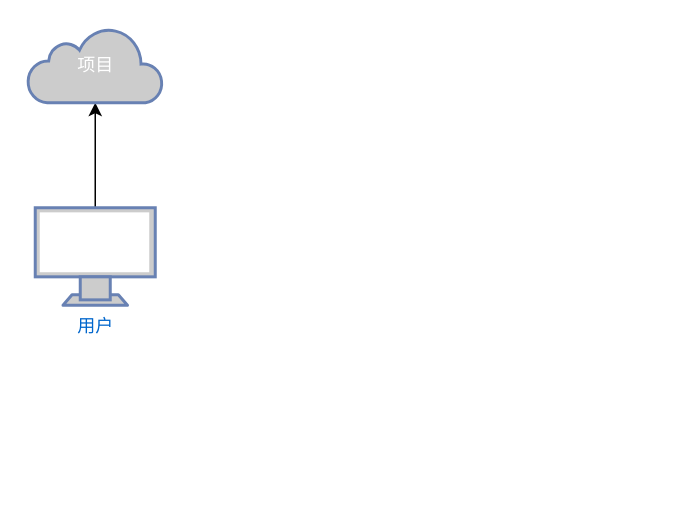
The draw.io diagram onlyoffice/onlyoffice使用说明.drawio in fuzi1996/diagrams, before the edit. Source tidied: cells renumbered, new cells numbered last; positions are measured from the earlier drawing's top-left corner, leaving out a move shared by most shapes. Both pictures are drawn from the tidied source at 150%, with x=0, y=0 at pixel (27, 27).
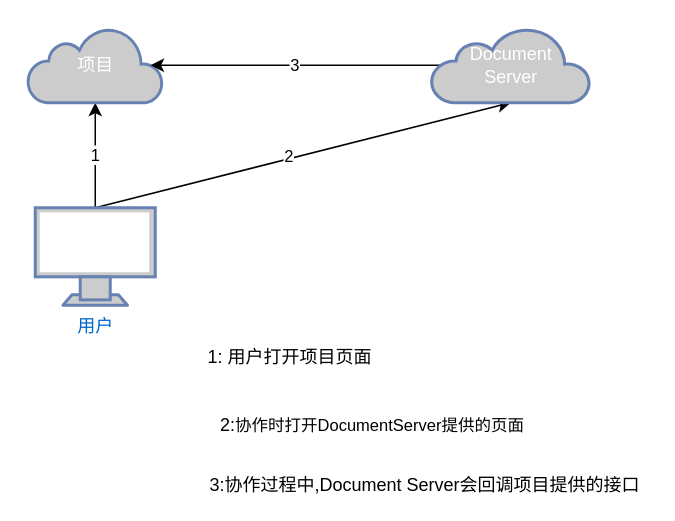
Above is the later version.

Commit message (it also covers changes not shown here):
更新onlyoffice使用说明.drawio

What changed in the source:
```diff
@@
 <mxGraphModel>
   <root>
     <mxCell id="0" />
     <mxCell id="1" parent="0" />
-    <mxCell id="2" style="edgeStyle=orthogonalEdgeStyle;rounded=0;jettySize=auto;html=1;exitX=0.5;exitY=0;exitDx=0;exitDy=0;exitPerimeter=0;entryX=0.5;entryY=1;entryDx=0;entryDy=0;entryPerimeter=0;" parent="1" edge="1" source="3" target="4">
+    <mxCell id="2" value="1" style="edgeStyle=orthogonalEdgeStyle;rounded=0;jettySize=auto;html=1;exitX=0.5;exitY=0;exitDx=0;exitDy=0;exitPerimeter=0;entryX=0.5;entryY=1;entryDx=0;entryDy=0;entryPerimeter=0;" parent="1" edge="1" source="3" target="4">
       <mxGeometry relative="1" as="geometry" />
     </mxCell>
+    <mxCell id="5" style="rounded=0;jettySize=auto;html=1;exitX=0.5;exitY=0;exitDx=0;exitDy=0;exitPerimeter=0;entryX=0.5;entryY=1;entryDx=0;entryDy=0;entryPerimeter=0;" parent="1" edge="1" source="3" target="8">
+      <mxGeometry relative="1" as="geometry" />
+    </mxCell>
+    <mxCell id="6" value="2" style="edgeLabel;html=1;align=center;verticalAlign=middle;" parent="5" vertex="1">
+      <mxGeometry x="-0.07" y="2" relative="1" as="geometry" />
+    </mxCell>
     <mxCell id="3" value="用户" style="fontColor=#0066CC;verticalAlign=top;verticalLabelPosition=bottom;labelPosition=center;align=center;html=1;outlineConnect=0;fillColor=#CCCCCC;strokeColor=#6881B3;gradientColor=none;gradientDirection=north;strokeWidth=2;shape=mxgraph.networks.monitor;" parent="1" vertex="1">
       <mxGeometry x="5" y="120" width="80" height="65" as="geometry" />
     </mxCell>
     <mxCell id="4" value="项目" style="html=1;outlineConnect=0;fillColor=#CCCCCC;strokeColor=#6881B3;gradientColor=none;gradientDirection=north;strokeWidth=2;shape=mxgraph.networks.cloud;fontColor=#ffffff;" parent="1" vertex="1">
       <mxGeometry width="90" height="50" as="geometry" />
     </mxCell>
+    <mxCell id="7" value="3" style="edgeStyle=none;rounded=0;jettySize=auto;html=1;exitX=0.06;exitY=0.5;exitDx=0;exitDy=0;exitPerimeter=0;entryX=0.91;entryY=0.5;entryDx=0;entryDy=0;entryPerimeter=0;" parent="1" edge="1" source="8" target="4">
+      <mxGeometry relative="1" as="geometry" />
+    </mxCell>
+    <mxCell id="8" value="Document&lt;br&gt;Server" style="html=1;outlineConnect=0;fillColor=#CCCCCC;strokeColor=#6881B3;gradientColor=none;gradientDirection=north;strokeWidth=2;shape=mxgraph.networks.cloud;fontColor=#ffffff;" parent="1" vertex="1">
+      <mxGeometry x="269" width="106" height="50" as="geometry" />
+    </mxCell>
+    <mxCell id="9" value="1: 用户打开项目页面" style="text;html=1;strokeColor=none;fillColor=none;align=center;verticalAlign=middle;whiteSpace=wrap;rounded=0;" parent="1" vertex="1">
+      <mxGeometry x="105" y="210" width="140" height="20" as="geometry" />
+    </mxCell>
+    <mxCell id="10" value="2:&lt;span style=&quot;font-size: 11px ; background-color: rgb(255 , 255 , 255)&quot;&gt;协作时打开DocumentServer提供的页面&lt;/span&gt;" style="text;html=1;strokeColor=none;fillColor=none;align=center;verticalAlign=middle;whiteSpace=wrap;rounded=0;" parent="1" vertex="1">
+      <mxGeometry x="115" y="250" width="230" height="30" as="geometry" />
+    </mxCell>
+    <mxCell id="11" value="3:协作过程中,Document Server会回调项目提供的接口" style="text;html=1;strokeColor=none;fillColor=none;align=center;verticalAlign=middle;whiteSpace=wrap;rounded=0;" parent="1" vertex="1">
+      <mxGeometry x="115" y="300" width="300" height="10" as="geometry" />
+    </mxCell>
   </root>
 </mxGraphModel>
```
